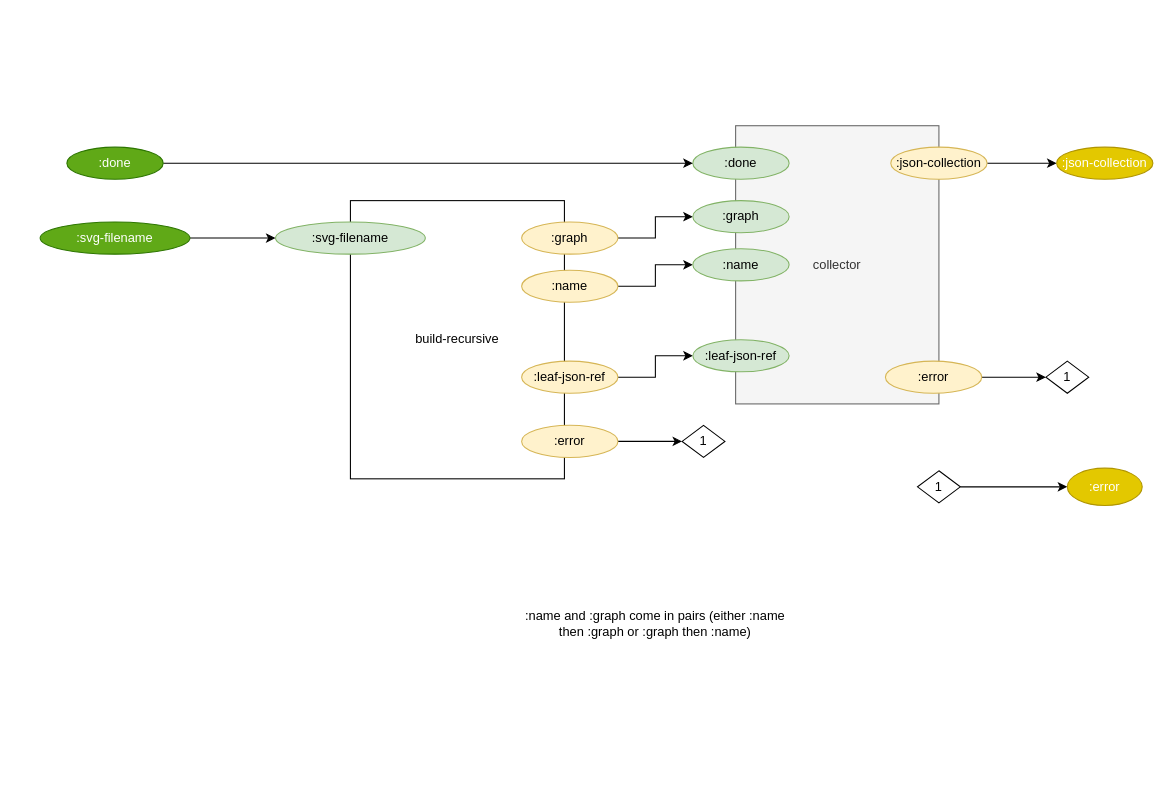
Above: page "1. build" (2 of 5) of build_process/cl-build/build.drawio in bmfbp/bmfbp (draw.io), before the change. Source tidied: cells renumbered, new cells numbered last; positions are measured from the earlier drawing's top-left corner, leaving out a move shared by most shapes. Both pictures are drawn from the tidied source at 107%, with x=0, y=0 at pixel (40, 125).
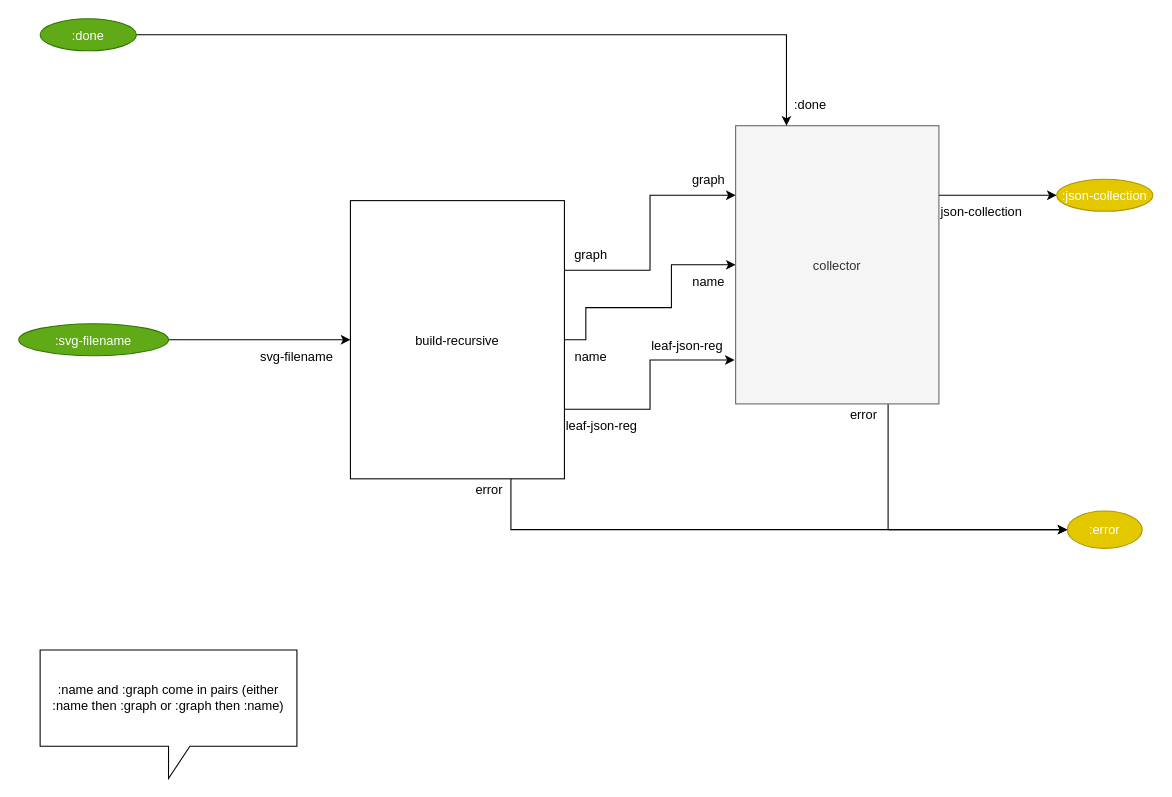
Above is the later version.

What changed in the source:
```diff
@@
+    <mxCell id="32" style="edgeStyle=orthogonalEdgeStyle;rounded=0;jettySize=auto;html=1;exitX=0.75;exitY=1;exitDx=0;exitDy=0;entryX=0;entryY=0.5;entryDx=0;entryDy=0;" parent="1" edge="1" source="2" target="5">
+      <mxGeometry relative="1" as="geometry" />
+    </mxCell>
+    <mxCell id="33" style="edgeStyle=orthogonalEdgeStyle;rounded=0;jettySize=auto;html=1;exitX=1;exitY=0.75;exitDx=0;exitDy=0;entryX=-0.005;entryY=0.842;entryDx=0;entryDy=0;entryPerimeter=0;" parent="1" edge="1" source="2" target="18">
+      <mxGeometry relative="1" as="geometry" />
+    </mxCell>
+    <mxCell id="34" style="edgeStyle=orthogonalEdgeStyle;rounded=0;jettySize=auto;html=1;exitX=1;exitY=0.5;exitDx=0;exitDy=0;" parent="1" edge="1" source="2" target="18">
+      <mxGeometry relative="1" as="geometry">
+        <Array as="points">
+          <mxPoint x="510" y="200" />
+          <mxPoint x="510" y="170" />
+          <mxPoint x="590" y="170" />
+          <mxPoint x="590" y="130" />
+        </Array>
+      </mxGeometry>
+    </mxCell>
+    <mxCell id="35" style="edgeStyle=orthogonalEdgeStyle;rounded=0;jettySize=auto;html=1;exitX=1;exitY=0.25;exitDx=0;exitDy=0;entryX=0;entryY=0.25;entryDx=0;entryDy=0;" parent="1" edge="1" source="2" target="18">
+      <mxGeometry relative="1" as="geometry" />
+    </mxCell>
-    <mxCell id="2" value="build-recursive" style="rounded=0;whiteSpace=wrap;html=1;strokeColor=#000000;align=center;" parent="1" vertex="1">
+    <mxCell id="2" value="build-recursive" style="rounded=0;strokeColor=#000000;align=center;" parent="1" vertex="1">
       <mxGeometry x="290" y="70" width="200" height="260" as="geometry" />
     </mxCell>
-    <mxCell id="3" style="edgeStyle=orthogonalEdgeStyle;rounded=0;jettySize=auto;html=1;exitX=1;exitY=0.5;exitDx=0;exitDy=0;entryX=0;entryY=0.5;entryDx=0;entryDy=0;" parent="1" edge="1" source="4" target="17">
-      <mxGeometry relative="1" as="geometry" />
-    </mxCell>
+    <mxCell id="36" style="edgeStyle=orthogonalEdgeStyle;rounded=0;jettySize=auto;html=1;exitX=1;exitY=0.5;exitDx=0;exitDy=0;entryX=0;entryY=0.5;entryDx=0;entryDy=0;" parent="1" edge="1" source="4" target="2">
+      <mxGeometry relative="1" as="geometry" />
+    </mxCell>
-    <mxCell id="4" value=":svg-filename" style="ellipse;whiteSpace=wrap;html=1;fillColor=#60a917;strokeColor=#2D7600;fontColor=#ffffff;" parent="1" vertex="1">
-      <mxGeometry y="90" width="140" height="30" as="geometry" />
+    <mxCell id="4" value=":svg-filename" style="ellipse;fillColor=#60a917;strokeColor=#2D7600;fontColor=#ffffff;" parent="1" vertex="1">
+      <mxGeometry x="-20" y="185" width="140" height="30" as="geometry" />
     </mxCell>
-    <mxCell id="5" value=":error" style="ellipse;whiteSpace=wrap;html=1;fillColor=#e3c800;strokeColor=#B09500;fontColor=#ffffff;" parent="1" vertex="1">
-      <mxGeometry x="960" y="320" width="70" height="35" as="geometry" />
+    <mxCell id="5" value=":error" style="ellipse;fillColor=#e3c800;strokeColor=#B09500;fontColor=#ffffff;" parent="1" vertex="1">
+      <mxGeometry x="960" y="360" width="70" height="35" as="geometry" />
     </mxCell>
-    <mxCell id="6" style="edgeStyle=orthogonalEdgeStyle;rounded=0;jettySize=auto;html=1;exitX=1;exitY=0.5;exitDx=0;exitDy=0;entryX=0;entryY=0.5;entryDx=0;entryDy=0;" parent="1" edge="1" source="7" target="22">
-      <mxGeometry relative="1" as="geometry" />
-    </mxCell>
-    <mxCell id="7" value=":graph" style="ellipse;whiteSpace=wrap;html=1;fillColor=#fff2cc;strokeColor=#d6b656;" parent="1" vertex="1">
-      <mxGeometry x="450" y="90" width="90" height="30" as="geometry" />
-    </mxCell>
-    <mxCell id="8" style="edgeStyle=orthogonalEdgeStyle;rounded=0;jettySize=auto;html=1;exitX=1;exitY=0.5;exitDx=0;exitDy=0;entryX=0;entryY=0.5;entryDx=0;entryDy=0;" parent="1" edge="1" source="9" target="23">
-      <mxGeometry relative="1" as="geometry" />
-    </mxCell>
-    <mxCell id="9" value=":name" style="ellipse;whiteSpace=wrap;html=1;fillColor=#fff2cc;strokeColor=#d6b656;" parent="1" vertex="1">
-      <mxGeometry x="450" y="135" width="90" height="30" as="geometry" />
-    </mxCell>
-    <mxCell id="10" style="edgeStyle=orthogonalEdgeStyle;rounded=0;jettySize=auto;html=1;exitX=1;exitY=0.5;exitDx=0;exitDy=0;entryX=0;entryY=0.5;entryDx=0;entryDy=0;" parent="1" edge="1" source="11" target="5">
-      <mxGeometry relative="1" as="geometry" />
-    </mxCell>
-    <mxCell id="11" value="1" style="rhombus;whiteSpace=wrap;html=1;" parent="1" vertex="1">
-      <mxGeometry x="820" y="322.5" width="40" height="30" as="geometry" />
-    </mxCell>
-    <mxCell id="12" value="1" style="rhombus;whiteSpace=wrap;html=1;" parent="1" vertex="1">
-      <mxGeometry x="600" y="280" width="40" height="30" as="geometry" />
-    </mxCell>
-    <mxCell id="13" style="edgeStyle=orthogonalEdgeStyle;rounded=0;jettySize=auto;html=1;exitX=1;exitY=0.5;exitDx=0;exitDy=0;" parent="1" edge="1" source="14" target="24">
-      <mxGeometry relative="1" as="geometry" />
-    </mxCell>
-    <mxCell id="14" value=":leaf-json-ref" style="ellipse;whiteSpace=wrap;html=1;fillColor=#fff2cc;strokeColor=#d6b656;" parent="1" vertex="1">
-      <mxGeometry x="450" y="220" width="90" height="30" as="geometry" />
-    </mxCell>
-    <mxCell id="15" style="edgeStyle=orthogonalEdgeStyle;rounded=0;jettySize=auto;html=1;exitX=1;exitY=0.5;exitDx=0;exitDy=0;entryX=0;entryY=0.5;entryDx=0;entryDy=0;" parent="1" edge="1" source="16" target="12">
-      <mxGeometry relative="1" as="geometry" />
-    </mxCell>
-    <mxCell id="16" value=":error" style="ellipse;whiteSpace=wrap;html=1;fillColor=#fff2cc;strokeColor=#d6b656;" parent="1" vertex="1">
-      <mxGeometry x="450" y="280" width="90" height="30" as="geometry" />
-    </mxCell>
-    <mxCell id="17" value=":svg-filename" style="ellipse;whiteSpace=wrap;html=1;fillColor=#d5e8d4;strokeColor=#82b366;" parent="1" vertex="1">
-      <mxGeometry x="220" y="90" width="140" height="30" as="geometry" />
-    </mxCell>
+    <mxCell id="37" style="edgeStyle=orthogonalEdgeStyle;rounded=0;jettySize=auto;html=1;exitX=0.75;exitY=1;exitDx=0;exitDy=0;entryX=0;entryY=0.5;entryDx=0;entryDy=0;" parent="1" edge="1" source="18" target="5">
+      <mxGeometry relative="1" as="geometry" />
+    </mxCell>
+    <mxCell id="38" style="edgeStyle=orthogonalEdgeStyle;rounded=0;jettySize=auto;html=1;exitX=1;exitY=0.25;exitDx=0;exitDy=0;" parent="1" edge="1" source="18" target="30">
+      <mxGeometry relative="1" as="geometry" />
+    </mxCell>
-    <mxCell id="18" value="collector" style="rounded=0;whiteSpace=wrap;html=1;strokeColor=#666666;align=center;fillColor=#f5f5f5;fontColor=#333333;" parent="1" vertex="1">
+    <mxCell id="18" value="collector" style="rounded=0;strokeColor=#666666;align=center;fillColor=#f5f5f5;fontColor=#333333;" parent="1" vertex="1">
       <mxGeometry x="650" width="190" height="260" as="geometry" />
     </mxCell>
-    <mxCell id="19" value="1" style="rhombus;whiteSpace=wrap;html=1;" parent="1" vertex="1">
-      <mxGeometry x="940" y="220" width="40" height="30" as="geometry" />
-    </mxCell>
-    <mxCell id="20" style="edgeStyle=orthogonalEdgeStyle;rounded=0;jettySize=auto;html=1;exitX=1;exitY=0.5;exitDx=0;exitDy=0;entryX=0;entryY=0.5;entryDx=0;entryDy=0;" parent="1" edge="1" source="21" target="19">
-      <mxGeometry relative="1" as="geometry" />
-    </mxCell>
-    <mxCell id="21" value=":error" style="ellipse;whiteSpace=wrap;html=1;fillColor=#fff2cc;strokeColor=#d6b656;" parent="1" vertex="1">
-      <mxGeometry x="790" y="220" width="90" height="30" as="geometry" />
-    </mxCell>
-    <mxCell id="22" value=":graph" style="ellipse;whiteSpace=wrap;html=1;fillColor=#d5e8d4;strokeColor=#82b366;" parent="1" vertex="1">
-      <mxGeometry x="610" y="70" width="90" height="30" as="geometry" />
-    </mxCell>
-    <mxCell id="23" value=":name" style="ellipse;whiteSpace=wrap;html=1;fillColor=#d5e8d4;strokeColor=#82b366;" parent="1" vertex="1">
-      <mxGeometry x="610" y="115" width="90" height="30" as="geometry" />
-    </mxCell>
-    <mxCell id="24" value=":leaf-json-ref" style="ellipse;whiteSpace=wrap;html=1;fillColor=#d5e8d4;strokeColor=#82b366;" parent="1" vertex="1">
-      <mxGeometry x="610" y="200" width="90" height="30" as="geometry" />
-    </mxCell>
-    <mxCell id="25" value=":done" style="ellipse;whiteSpace=wrap;html=1;fillColor=#d5e8d4;strokeColor=#82b366;" parent="1" vertex="1">
-      <mxGeometry x="610" y="20" width="90" height="30" as="geometry" />
-    </mxCell>
-    <mxCell id="26" style="edgeStyle=orthogonalEdgeStyle;rounded=0;jettySize=auto;html=1;exitX=1;exitY=0.5;exitDx=0;exitDy=0;entryX=0;entryY=0.5;entryDx=0;entryDy=0;" parent="1" edge="1" source="27" target="25">
-      <mxGeometry relative="1" as="geometry" />
-    </mxCell>
+    <mxCell id="39" style="edgeStyle=orthogonalEdgeStyle;rounded=0;jettySize=auto;html=1;exitX=1;exitY=0.5;exitDx=0;exitDy=0;entryX=0.25;entryY=0;entryDx=0;entryDy=0;" parent="1" edge="1" source="27" target="18">
+      <mxGeometry relative="1" as="geometry" />
+    </mxCell>
-    <mxCell id="27" value=":done" style="ellipse;whiteSpace=wrap;html=1;fillColor=#60a917;strokeColor=#2D7600;fontColor=#ffffff;" parent="1" vertex="1">
-      <mxGeometry x="25" y="20" width="90" height="30" as="geometry" />
+    <mxCell id="27" value=":done" style="ellipse;fillColor=#60a917;strokeColor=#2D7600;fontColor=#ffffff;" parent="1" vertex="1">
+      <mxGeometry y="-100" width="90" height="30" as="geometry" />
     </mxCell>
-    <mxCell id="28" style="edgeStyle=orthogonalEdgeStyle;rounded=0;jettySize=auto;html=1;exitX=1;exitY=0.5;exitDx=0;exitDy=0;" parent="1" edge="1" source="29" target="30">
-      <mxGeometry relative="1" as="geometry" />
-    </mxCell>
-    <mxCell id="29" value=":json-collection" style="ellipse;whiteSpace=wrap;html=1;fillColor=#fff2cc;strokeColor=#d6b656;" parent="1" vertex="1">
-      <mxGeometry x="795" y="20" width="90" height="30" as="geometry" />
-    </mxCell>
-    <mxCell id="30" value=":json-collection" style="ellipse;whiteSpace=wrap;html=1;fillColor=#e3c800;strokeColor=#B09500;fontColor=#ffffff;" parent="1" vertex="1">
-      <mxGeometry x="950" y="20" width="90" height="30" as="geometry" />
+    <mxCell id="30" value=":json-collection" style="ellipse;fillColor=#e3c800;strokeColor=#B09500;fontColor=#ffffff;" parent="1" vertex="1">
+      <mxGeometry x="950" y="50" width="90" height="30" as="geometry" />
     </mxCell>
-    <mxCell id="31" value=":name and :graph come in pairs (either :name then :graph or :graph then :name)" style="text;html=1;strokeColor=none;fillColor=none;align=center;verticalAlign=middle;whiteSpace=wrap;rounded=0;" parent="1" vertex="1">
-      <mxGeometry x="450" y="420" width="250" height="90" as="geometry" />
+    <mxCell id="31" value="&lt;span style=&quot;white-space: normal&quot;&gt;:name and :graph come in pairs (either :name then :graph or :graph then :name)&lt;/span&gt;" style="shape=callout;whiteSpace=wrap;html=1;perimeter=calloutPerimeter;" parent="1" vertex="1">
+      <mxGeometry y="490" width="240" height="120" as="geometry" />
     </mxCell>
+    <mxCell id="40" value="error" style="text;strokeColor=none;fillColor=none;align=center;verticalAlign=middle;rounded=0;" parent="1" vertex="1">
+      <mxGeometry x="400" y="330" width="40" height="20" as="geometry" />
+    </mxCell>
+    <mxCell id="41" value="error" style="text;strokeColor=none;fillColor=none;align=center;verticalAlign=middle;rounded=0;" parent="1" vertex="1">
+      <mxGeometry x="750" y="260" width="40" height="20" as="geometry" />
+    </mxCell>
+    <mxCell id="42" value="svg-filename" style="text;strokeColor=none;fillColor=none;align=center;verticalAlign=middle;rounded=0;" parent="1" vertex="1">
+      <mxGeometry x="200" y="205" width="80" height="20" as="geometry" />
+    </mxCell>
+    <mxCell id="25" value=":done" style="text;strokeColor=none;fillColor=none;align=center;verticalAlign=middle;rounded=0;" parent="1" vertex="1">
+      <mxGeometry x="700" y="-30" width="40" height="20" as="geometry" />
+    </mxCell>
+    <mxCell id="43" value="json-collection" style="text;strokeColor=none;fillColor=none;align=center;verticalAlign=middle;rounded=0;" parent="1" vertex="1">
+      <mxGeometry x="840" y="70" width="80" height="20" as="geometry" />
+    </mxCell>
+    <mxCell id="44" value="leaf-json-reg" style="text;strokeColor=none;fillColor=none;align=center;verticalAlign=middle;rounded=0;" parent="1" vertex="1">
+      <mxGeometry x="570" y="195" width="70" height="20" as="geometry" />
+    </mxCell>
+    <mxCell id="45" value="leaf-json-reg" style="text;strokeColor=none;fillColor=none;align=center;verticalAlign=middle;rounded=0;" parent="1" vertex="1">
+      <mxGeometry x="490" y="270" width="70" height="20" as="geometry" />
+    </mxCell>
+    <mxCell id="46" value="name" style="text;strokeColor=none;fillColor=none;align=center;verticalAlign=middle;rounded=0;" parent="1" vertex="1">
+      <mxGeometry x="600" y="135" width="50" height="20" as="geometry" />
+    </mxCell>
+    <mxCell id="47" value="name" style="text;strokeColor=none;fillColor=none;align=center;verticalAlign=middle;rounded=0;" parent="1" vertex="1">
+      <mxGeometry x="490" y="205" width="50" height="20" as="geometry" />
+    </mxCell>
+    <mxCell id="48" value="graph" style="text;strokeColor=none;fillColor=none;align=center;verticalAlign=middle;rounded=0;" parent="1" vertex="1">
+      <mxGeometry x="490" y="110" width="50" height="20" as="geometry" />
+    </mxCell>
+    <mxCell id="49" value="graph" style="text;strokeColor=none;fillColor=none;align=center;verticalAlign=middle;rounded=0;" parent="1" vertex="1">
+      <mxGeometry x="600" y="40" width="50" height="20" as="geometry" />
+    </mxCell>
```
